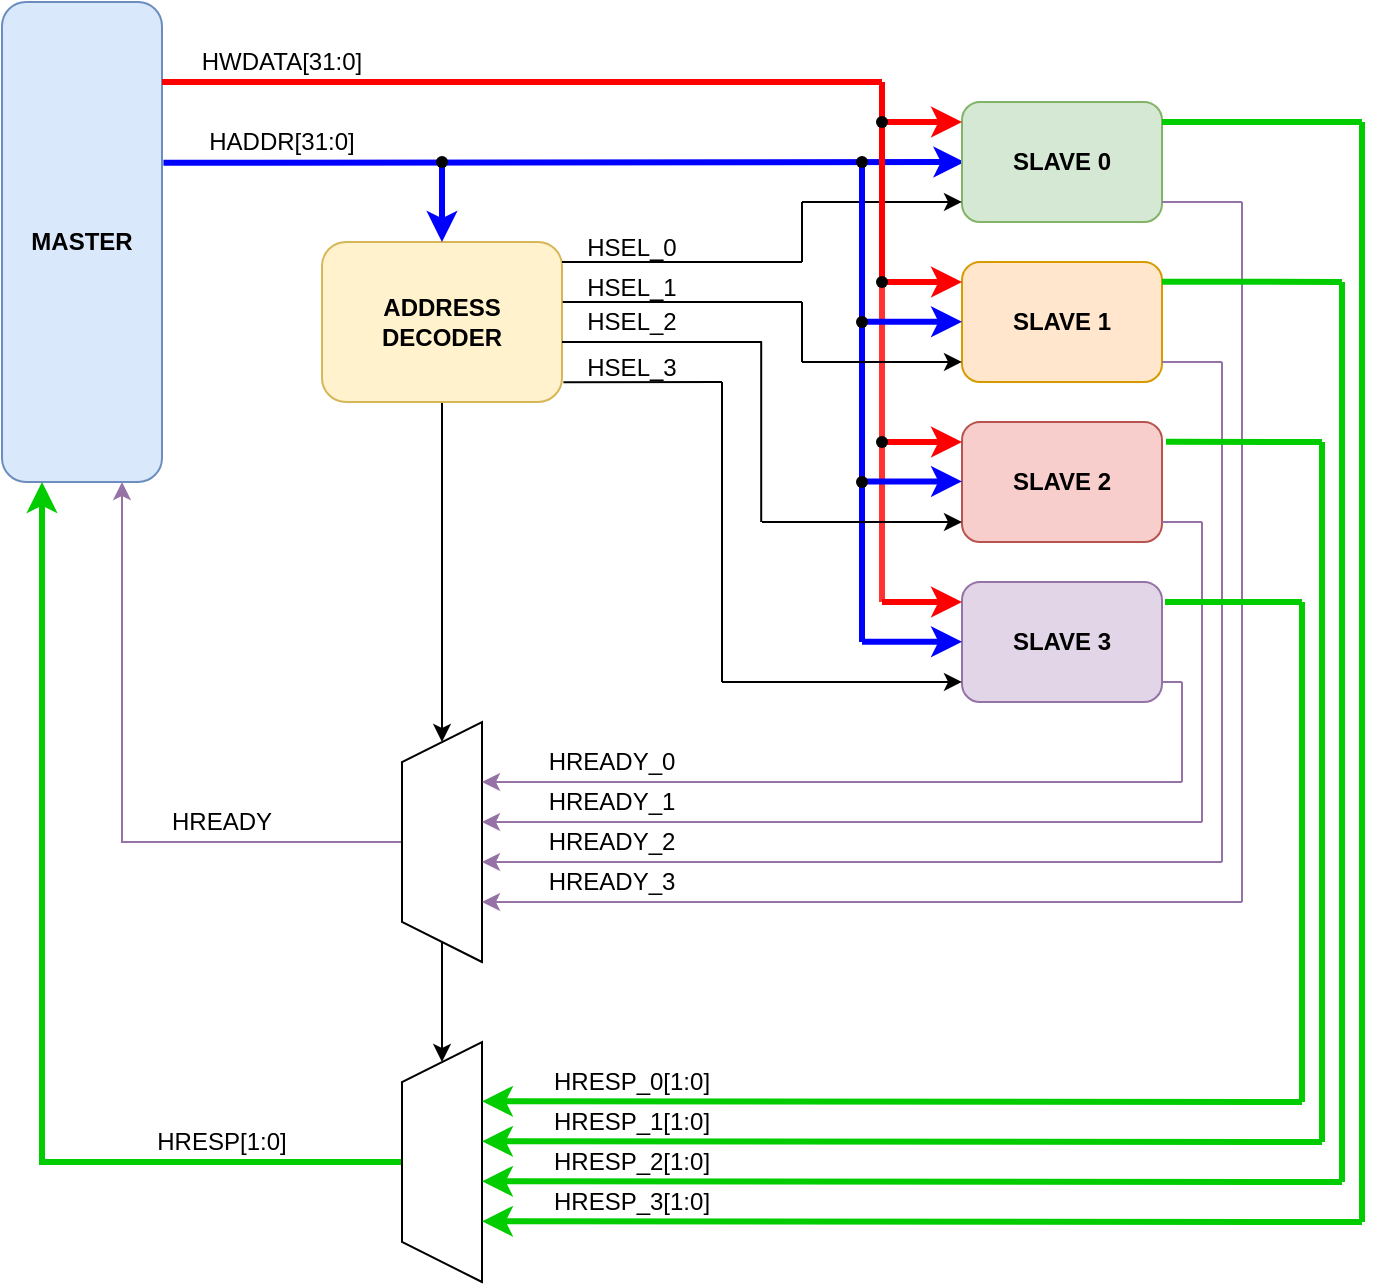
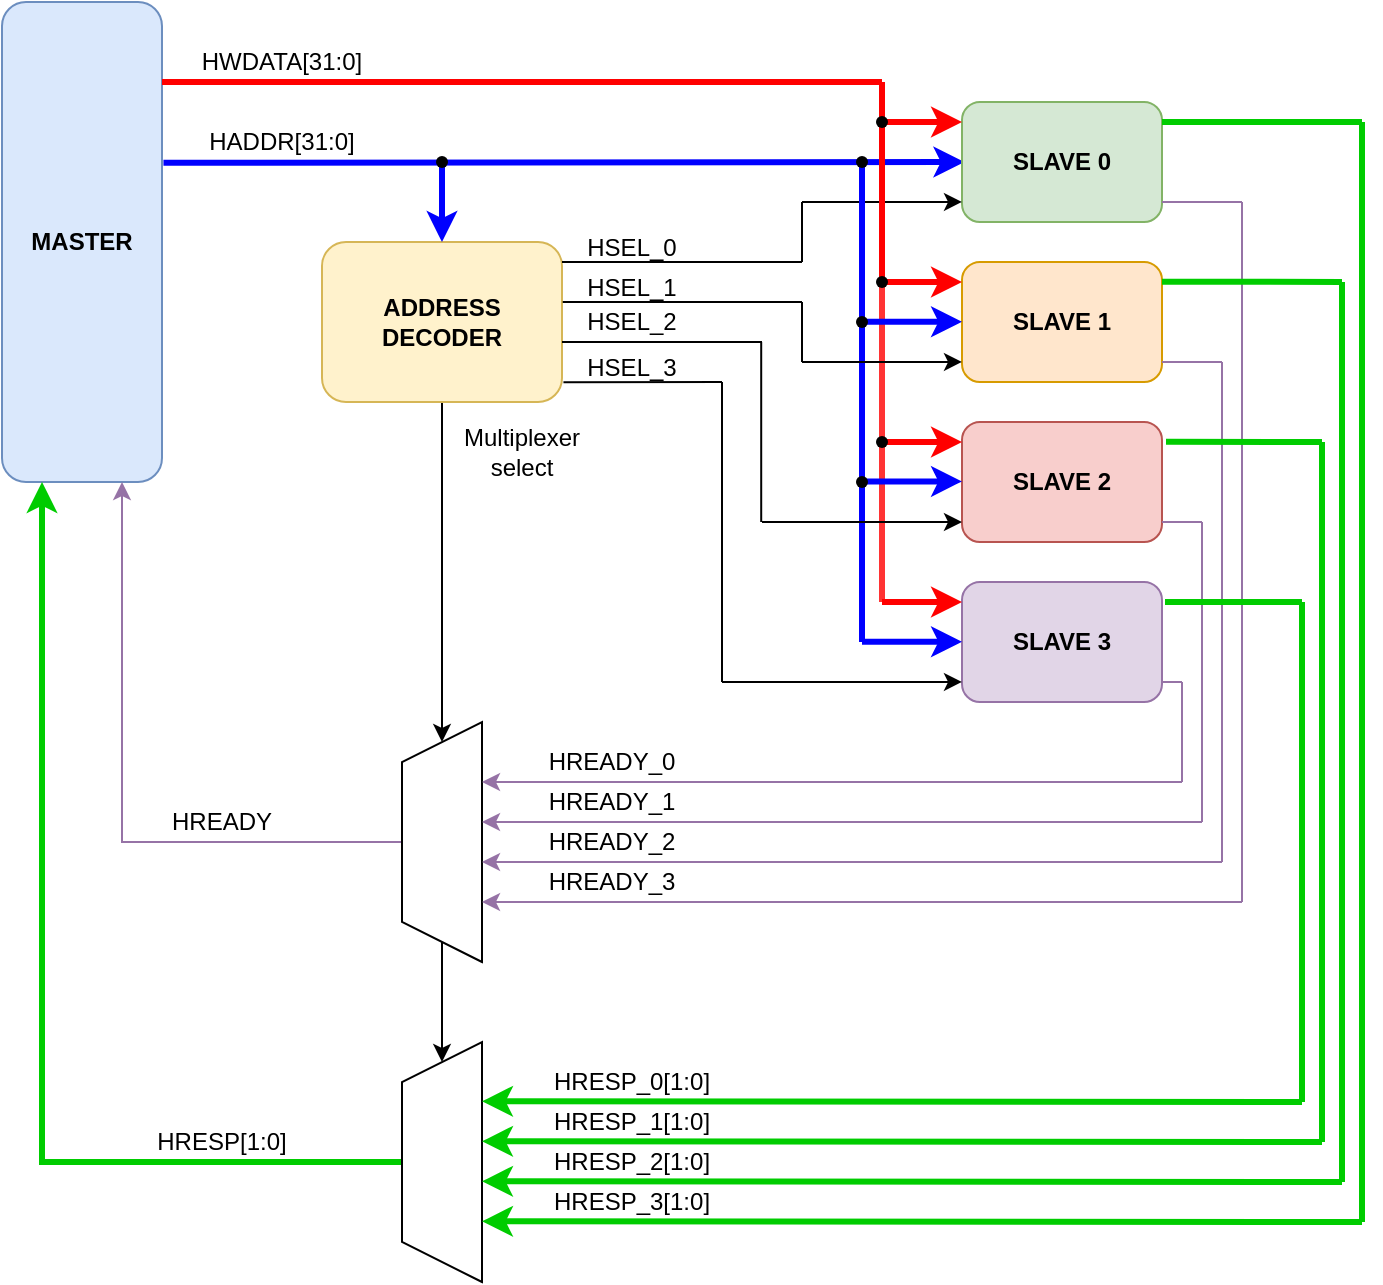
<mxfile host="app.diagrams.net" agent="Mozilla/5.0 (Windows NT 10.0; Win64; x64) AppleWebKit/537.36 (KHTML, like Gecko) Chrome/144.0.0.0 Safari/537.36 Edg/144.0.0.0" pages="4">
  <diagram id="00dOMP4ly3Yvcw6Omt_P" name="AHB Block Diagram">
    <mxGraphModel dx="364" dy="526" grid="1" gridSize="10" guides="1" tooltips="1" connect="1" arrows="1" fold="1" page="1" pageScale="1" pageWidth="850" pageHeight="1100" math="0" shadow="0">
      <root>
        <mxCell id="0" />
        <mxCell id="1" parent="0" />
        <mxCell id="WVtcaOnAu4kVJNJomXHp-1" parent="1" style="rounded=1;whiteSpace=wrap;html=1;fillColor=#dae8fc;strokeColor=#6c8ebf;" value="&lt;b&gt;MASTER&lt;/b&gt;" vertex="1">
          <mxGeometry height="240" width="80" x="80" y="160" as="geometry" />
        </mxCell>
        <mxCell id="WVtcaOnAu4kVJNJomXHp-55" edge="1" parent="1" source="WVtcaOnAu4kVJNJomXHp-3" style="edgeStyle=orthogonalEdgeStyle;rounded=0;orthogonalLoop=1;jettySize=auto;html=1;entryX=1;entryY=0.5;entryDx=0;entryDy=0;" target="WVtcaOnAu4kVJNJomXHp-53">
          <mxGeometry relative="1" as="geometry" />
        </mxCell>
        <mxCell id="WVtcaOnAu4kVJNJomXHp-3" parent="1" style="rounded=1;whiteSpace=wrap;html=1;fillColor=#fff2cc;strokeColor=#d6b656;" value="&lt;b&gt;ADDRESS DECODER&lt;/b&gt;" vertex="1">
          <mxGeometry height="80" width="120" x="240" y="280" as="geometry" />
        </mxCell>
        <mxCell id="WVtcaOnAu4kVJNJomXHp-4" edge="1" parent="1" source="WVtcaOnAu4kVJNJomXHp-1" style="endArrow=classic;html=1;rounded=0;exitX=1.009;exitY=0.335;exitDx=0;exitDy=0;exitPerimeter=0;strokeWidth=3;strokeColor=#0000FF;" value="">
          <mxGeometry height="50" relative="1" width="50" as="geometry">
            <mxPoint x="170" y="240" as="sourcePoint" />
            <mxPoint x="561.2" y="240" as="targetPoint" />
          </mxGeometry>
        </mxCell>
        <mxCell id="WVtcaOnAu4kVJNJomXHp-5" edge="1" parent="1" source="WVtcaOnAu4kVJNJomXHp-6" style="endArrow=classic;html=1;rounded=0;entryX=0.5;entryY=0;entryDx=0;entryDy=0;strokeWidth=3;strokeColor=#0000FF;" target="WVtcaOnAu4kVJNJomXHp-3" value="">
          <mxGeometry height="50" relative="1" width="50" as="geometry">
            <mxPoint x="340" y="240" as="sourcePoint" />
            <mxPoint x="390" y="190" as="targetPoint" />
          </mxGeometry>
        </mxCell>
        <mxCell id="WVtcaOnAu4kVJNJomXHp-6" parent="1" style="shape=waypoint;sketch=0;fillStyle=solid;size=6;pointerEvents=1;points=[];fillColor=none;resizable=0;rotatable=0;perimeter=centerPerimeter;snapToPoint=1;" value="" vertex="1">
          <mxGeometry height="20" width="20" x="290" y="230" as="geometry" />
        </mxCell>
        <mxCell id="WVtcaOnAu4kVJNJomXHp-7" parent="1" style="rounded=1;whiteSpace=wrap;html=1;fillColor=#d5e8d4;strokeColor=#82b366;fontStyle=1" value="SLAVE 0" vertex="1">
          <mxGeometry height="60" width="100" x="560" y="210" as="geometry" />
        </mxCell>
        <mxCell id="WVtcaOnAu4kVJNJomXHp-8" parent="1" style="rounded=1;whiteSpace=wrap;html=1;fillColor=#ffe6cc;strokeColor=#d79b00;fontStyle=1" value="SLAVE 1" vertex="1">
          <mxGeometry height="60" width="100" x="560" y="290" as="geometry" />
        </mxCell>
        <mxCell id="WVtcaOnAu4kVJNJomXHp-9" parent="1" style="rounded=1;whiteSpace=wrap;html=1;fillColor=#f8cecc;strokeColor=#b85450;fontStyle=1" value="SLAVE 2" vertex="1">
          <mxGeometry height="60" width="100" x="560" y="370" as="geometry" />
        </mxCell>
        <mxCell id="WVtcaOnAu4kVJNJomXHp-10" parent="1" style="rounded=1;whiteSpace=wrap;html=1;fillColor=#e1d5e7;strokeColor=#9673a6;fontStyle=1" value="SLAVE 3" vertex="1">
          <mxGeometry height="60" width="100" x="560" y="450" as="geometry" />
        </mxCell>
        <mxCell id="WVtcaOnAu4kVJNJomXHp-11" edge="1" parent="1" source="WVtcaOnAu4kVJNJomXHp-3" style="endArrow=none;html=1;rounded=0;exitX=1;exitY=0.125;exitDx=0;exitDy=0;exitPerimeter=0;" value="">
          <mxGeometry height="50" relative="1" width="50" as="geometry">
            <mxPoint x="410" y="290" as="sourcePoint" />
            <mxPoint x="480" y="290" as="targetPoint" />
          </mxGeometry>
        </mxCell>
        <mxCell id="WVtcaOnAu4kVJNJomXHp-12" edge="1" parent="1" style="endArrow=none;html=1;rounded=0;" value="">
          <mxGeometry height="50" relative="1" width="50" as="geometry">
            <mxPoint x="480" y="290" as="sourcePoint" />
            <mxPoint x="480" y="260" as="targetPoint" />
          </mxGeometry>
        </mxCell>
        <mxCell id="WVtcaOnAu4kVJNJomXHp-13" edge="1" parent="1" style="endArrow=classic;html=1;rounded=0;entryX=0;entryY=0.833;entryDx=0;entryDy=0;entryPerimeter=0;" target="WVtcaOnAu4kVJNJomXHp-7" value="">
          <mxGeometry height="50" relative="1" width="50" as="geometry">
            <mxPoint x="480" y="260" as="sourcePoint" />
            <mxPoint x="540" y="260" as="targetPoint" />
          </mxGeometry>
        </mxCell>
        <mxCell id="WVtcaOnAu4kVJNJomXHp-18" edge="1" parent="1" style="endArrow=none;html=1;rounded=0;strokeWidth=3;strokeColor=#FF0000;" value="">
          <mxGeometry height="50" relative="1" width="50" as="geometry">
            <mxPoint x="160" y="200" as="sourcePoint" />
            <mxPoint x="520" y="200" as="targetPoint" />
          </mxGeometry>
        </mxCell>
        <mxCell id="WVtcaOnAu4kVJNJomXHp-19" edge="1" parent="1" source="WVtcaOnAu4kVJNJomXHp-25" style="endArrow=none;html=1;rounded=0;strokeWidth=3;strokeColor=#FF0000;" value="">
          <mxGeometry height="50" relative="1" width="50" as="geometry">
            <mxPoint x="520" y="380" as="sourcePoint" />
            <mxPoint x="520" y="200" as="targetPoint" />
          </mxGeometry>
        </mxCell>
        <mxCell id="WVtcaOnAu4kVJNJomXHp-20" edge="1" parent="1" style="endArrow=classic;html=1;rounded=0;entryX=0;entryY=0.167;entryDx=0;entryDy=0;entryPerimeter=0;strokeWidth=3;strokeColor=#FF0000;" target="WVtcaOnAu4kVJNJomXHp-7" value="">
          <mxGeometry height="50" relative="1" width="50" as="geometry">
            <mxPoint x="520" y="220" as="sourcePoint" />
            <mxPoint x="570" y="170" as="targetPoint" />
          </mxGeometry>
        </mxCell>
        <mxCell id="WVtcaOnAu4kVJNJomXHp-22" edge="1" parent="1" style="endArrow=classic;html=1;rounded=0;entryX=0;entryY=0.167;entryDx=0;entryDy=0;entryPerimeter=0;strokeWidth=3;strokeColor=#FF0000;" value="">
          <mxGeometry height="50" relative="1" width="50" as="geometry">
            <mxPoint x="520" y="300" as="sourcePoint" />
            <mxPoint x="560" y="300" as="targetPoint" />
          </mxGeometry>
        </mxCell>
        <mxCell id="WVtcaOnAu4kVJNJomXHp-23" parent="1" style="shape=waypoint;sketch=0;fillStyle=solid;size=6;pointerEvents=1;points=[];fillColor=none;resizable=0;rotatable=0;perimeter=centerPerimeter;snapToPoint=1;" value="" vertex="1">
          <mxGeometry height="20" width="20" x="510" y="210" as="geometry" />
        </mxCell>
        <mxCell id="WVtcaOnAu4kVJNJomXHp-24" edge="1" parent="1" style="endArrow=classic;html=1;rounded=0;entryX=0;entryY=0.167;entryDx=0;entryDy=0;entryPerimeter=0;strokeWidth=3;strokeColor=#FF0000;" value="">
          <mxGeometry height="50" relative="1" width="50" as="geometry">
            <mxPoint x="520" y="380" as="sourcePoint" />
            <mxPoint x="560" y="380" as="targetPoint" />
          </mxGeometry>
        </mxCell>
        <mxCell id="WVtcaOnAu4kVJNJomXHp-26" edge="1" parent="1" style="endArrow=none;html=1;rounded=0;strokeWidth=3;strokeColor=#FF3333;" target="WVtcaOnAu4kVJNJomXHp-25" value="">
          <mxGeometry height="50" relative="1" width="50" as="geometry">
            <mxPoint x="520" y="460" as="sourcePoint" />
            <mxPoint x="520" y="200" as="targetPoint" />
          </mxGeometry>
        </mxCell>
        <mxCell id="WVtcaOnAu4kVJNJomXHp-25" parent="1" style="shape=waypoint;sketch=0;fillStyle=solid;size=6;pointerEvents=1;points=[];fillColor=none;resizable=0;rotatable=0;perimeter=centerPerimeter;snapToPoint=1;" value="" vertex="1">
          <mxGeometry height="20" width="20" x="510" y="290" as="geometry" />
        </mxCell>
        <mxCell id="WVtcaOnAu4kVJNJomXHp-27" edge="1" parent="1" style="endArrow=none;html=1;rounded=0;strokeWidth=3;strokeColor=#0000FF;" target="WVtcaOnAu4kVJNJomXHp-30" value="">
          <mxGeometry height="50" relative="1" width="50" as="geometry">
            <mxPoint x="510" y="480" as="sourcePoint" />
            <mxPoint x="510" y="240" as="targetPoint" />
          </mxGeometry>
        </mxCell>
        <mxCell id="WVtcaOnAu4kVJNJomXHp-28" edge="1" parent="1" style="endArrow=classic;html=1;rounded=0;entryX=0;entryY=0.167;entryDx=0;entryDy=0;entryPerimeter=0;strokeWidth=3;strokeColor=#0000FF;" value="">
          <mxGeometry height="50" relative="1" width="50" as="geometry">
            <mxPoint x="510" y="399.72" as="sourcePoint" />
            <mxPoint x="560" y="399.72" as="targetPoint" />
          </mxGeometry>
        </mxCell>
        <mxCell id="WVtcaOnAu4kVJNJomXHp-29" edge="1" parent="1" style="endArrow=classic;html=1;rounded=0;entryX=0;entryY=0.167;entryDx=0;entryDy=0;entryPerimeter=0;strokeWidth=3;strokeColor=#0000FF;" value="">
          <mxGeometry height="50" relative="1" width="50" as="geometry">
            <mxPoint x="510" y="319.86" as="sourcePoint" />
            <mxPoint x="560" y="319.86" as="targetPoint" />
          </mxGeometry>
        </mxCell>
        <mxCell id="WVtcaOnAu4kVJNJomXHp-30" parent="1" style="shape=waypoint;sketch=0;fillStyle=solid;size=6;pointerEvents=1;points=[];fillColor=none;resizable=0;rotatable=0;perimeter=centerPerimeter;snapToPoint=1;" value="" vertex="1">
          <mxGeometry height="20" width="20" x="500.0000000000001" y="230" as="geometry" />
        </mxCell>
        <mxCell id="WVtcaOnAu4kVJNJomXHp-31" parent="1" style="shape=waypoint;sketch=0;fillStyle=solid;size=6;pointerEvents=1;points=[];fillColor=none;resizable=0;rotatable=0;perimeter=centerPerimeter;snapToPoint=1;" value="" vertex="1">
          <mxGeometry height="20" width="20" x="500" y="310" as="geometry" />
        </mxCell>
        <mxCell id="WVtcaOnAu4kVJNJomXHp-32" edge="1" parent="1" style="endArrow=classic;html=1;rounded=0;entryX=0;entryY=0.167;entryDx=0;entryDy=0;entryPerimeter=0;strokeWidth=3;strokeColor=#FF0000;" value="">
          <mxGeometry height="50" relative="1" width="50" as="geometry">
            <mxPoint x="520" y="460" as="sourcePoint" />
            <mxPoint x="560" y="460" as="targetPoint" />
          </mxGeometry>
        </mxCell>
        <mxCell id="WVtcaOnAu4kVJNJomXHp-33" edge="1" parent="1" style="endArrow=classic;html=1;rounded=0;entryX=0;entryY=0.167;entryDx=0;entryDy=0;entryPerimeter=0;strokeWidth=3;strokeColor=#0000FF;" value="">
          <mxGeometry height="50" relative="1" width="50" as="geometry">
            <mxPoint x="510" y="479.88" as="sourcePoint" />
            <mxPoint x="560" y="479.88" as="targetPoint" />
          </mxGeometry>
        </mxCell>
        <mxCell id="WVtcaOnAu4kVJNJomXHp-34" parent="1" style="shape=waypoint;sketch=0;fillStyle=solid;size=6;pointerEvents=1;points=[];fillColor=none;resizable=0;rotatable=0;perimeter=centerPerimeter;snapToPoint=1;" value="" vertex="1">
          <mxGeometry height="20" width="20" x="510" y="370" as="geometry" />
        </mxCell>
        <mxCell id="WVtcaOnAu4kVJNJomXHp-35" parent="1" style="shape=waypoint;sketch=0;fillStyle=solid;size=6;pointerEvents=1;points=[];fillColor=none;resizable=0;rotatable=0;perimeter=centerPerimeter;snapToPoint=1;" value="" vertex="1">
          <mxGeometry height="20" width="20" x="500" y="390" as="geometry" />
        </mxCell>
        <mxCell id="WVtcaOnAu4kVJNJomXHp-38" edge="1" parent="1" source="WVtcaOnAu4kVJNJomXHp-3" style="endArrow=none;html=1;rounded=0;exitX=1.003;exitY=0.375;exitDx=0;exitDy=0;exitPerimeter=0;" value="">
          <mxGeometry height="50" relative="1" width="50" as="geometry">
            <mxPoint x="400" y="310" as="sourcePoint" />
            <mxPoint x="480" y="310" as="targetPoint" />
          </mxGeometry>
        </mxCell>
        <mxCell id="WVtcaOnAu4kVJNJomXHp-39" edge="1" parent="1" source="WVtcaOnAu4kVJNJomXHp-3" style="endArrow=none;html=1;rounded=0;exitX=1;exitY=0.625;exitDx=0;exitDy=0;exitPerimeter=0;" value="">
          <mxGeometry height="50" relative="1" width="50" as="geometry">
            <mxPoint x="400" y="330" as="sourcePoint" />
            <mxPoint x="460" y="330" as="targetPoint" />
          </mxGeometry>
        </mxCell>
        <mxCell id="WVtcaOnAu4kVJNJomXHp-40" edge="1" parent="1" source="WVtcaOnAu4kVJNJomXHp-3" style="endArrow=none;html=1;rounded=0;exitX=1.006;exitY=0.877;exitDx=0;exitDy=0;exitPerimeter=0;" value="">
          <mxGeometry height="50" relative="1" width="50" as="geometry">
            <mxPoint x="400" y="350" as="sourcePoint" />
            <mxPoint x="440" y="350" as="targetPoint" />
          </mxGeometry>
        </mxCell>
        <mxCell id="WVtcaOnAu4kVJNJomXHp-41" edge="1" parent="1" style="endArrow=none;html=1;rounded=0;" value="">
          <mxGeometry height="50" relative="1" width="50" as="geometry">
            <mxPoint x="440" y="500" as="sourcePoint" />
            <mxPoint x="440" y="350" as="targetPoint" />
          </mxGeometry>
        </mxCell>
        <mxCell id="WVtcaOnAu4kVJNJomXHp-42" edge="1" parent="1" style="endArrow=classic;html=1;rounded=0;entryX=0;entryY=0.833;entryDx=0;entryDy=0;entryPerimeter=0;" target="WVtcaOnAu4kVJNJomXHp-10" value="">
          <mxGeometry height="50" relative="1" width="50" as="geometry">
            <mxPoint x="440" y="499.98" as="sourcePoint" />
            <mxPoint x="470" y="450" as="targetPoint" />
          </mxGeometry>
        </mxCell>
        <mxCell id="WVtcaOnAu4kVJNJomXHp-43" edge="1" parent="1" style="endArrow=none;html=1;rounded=0;" value="">
          <mxGeometry height="50" relative="1" width="50" as="geometry">
            <mxPoint x="459.6" y="420" as="sourcePoint" />
            <mxPoint x="459.6" y="330" as="targetPoint" />
          </mxGeometry>
        </mxCell>
        <mxCell id="WVtcaOnAu4kVJNJomXHp-44" edge="1" parent="1" style="endArrow=classic;html=1;rounded=0;entryX=0;entryY=0.833;entryDx=0;entryDy=0;entryPerimeter=0;" value="">
          <mxGeometry height="50" relative="1" width="50" as="geometry">
            <mxPoint x="460" y="420" as="sourcePoint" />
            <mxPoint x="560" y="420" as="targetPoint" />
          </mxGeometry>
        </mxCell>
        <mxCell id="WVtcaOnAu4kVJNJomXHp-45" edge="1" parent="1" style="endArrow=none;html=1;rounded=0;" value="">
          <mxGeometry height="50" relative="1" width="50" as="geometry">
            <mxPoint x="480" y="340" as="sourcePoint" />
            <mxPoint x="480" y="310" as="targetPoint" />
          </mxGeometry>
        </mxCell>
        <mxCell id="WVtcaOnAu4kVJNJomXHp-46" edge="1" parent="1" style="endArrow=classic;html=1;rounded=0;entryX=0;entryY=0.833;entryDx=0;entryDy=0;entryPerimeter=0;" target="WVtcaOnAu4kVJNJomXHp-8" value="">
          <mxGeometry height="50" relative="1" width="50" as="geometry">
            <mxPoint x="480" y="340" as="sourcePoint" />
            <mxPoint x="550" y="340" as="targetPoint" />
          </mxGeometry>
        </mxCell>
        <mxCell id="WVtcaOnAu4kVJNJomXHp-47" parent="1" style="text;html=1;whiteSpace=wrap;strokeColor=none;fillColor=none;align=center;verticalAlign=middle;rounded=0;" value="HSEL_0" vertex="1">
          <mxGeometry height="15" width="60" x="365" y="275" as="geometry" />
        </mxCell>
        <mxCell id="WVtcaOnAu4kVJNJomXHp-48" parent="1" style="text;html=1;whiteSpace=wrap;strokeColor=none;fillColor=none;align=center;verticalAlign=middle;rounded=0;" value="HSEL_1" vertex="1">
          <mxGeometry height="15" width="60" x="365" y="295" as="geometry" />
        </mxCell>
        <mxCell id="WVtcaOnAu4kVJNJomXHp-49" parent="1" style="text;html=1;whiteSpace=wrap;strokeColor=none;fillColor=none;align=center;verticalAlign=middle;rounded=0;" value="HSEL_2" vertex="1">
          <mxGeometry height="7.5" width="60" x="365" y="316.25" as="geometry" />
        </mxCell>
        <mxCell id="WVtcaOnAu4kVJNJomXHp-50" parent="1" style="text;html=1;whiteSpace=wrap;strokeColor=none;fillColor=none;align=center;verticalAlign=middle;rounded=0;" value="HSEL_3" vertex="1">
          <mxGeometry height="15" width="60" x="365" y="335" as="geometry" />
        </mxCell>
        <mxCell id="WVtcaOnAu4kVJNJomXHp-51" parent="1" style="text;html=1;whiteSpace=wrap;strokeColor=none;fillColor=none;align=center;verticalAlign=middle;rounded=0;" value="HWDATA[31:0]" vertex="1">
          <mxGeometry height="20" width="80" x="180" y="180" as="geometry" />
        </mxCell>
        <mxCell id="WVtcaOnAu4kVJNJomXHp-52" parent="1" style="text;html=1;whiteSpace=wrap;strokeColor=none;fillColor=none;align=center;verticalAlign=middle;rounded=0;" value="HADDR[31:0]" vertex="1">
          <mxGeometry height="20" width="80" x="180" y="220" as="geometry" />
        </mxCell>
        <mxCell id="WVtcaOnAu4kVJNJomXHp-84" edge="1" parent="1" source="WVtcaOnAu4kVJNJomXHp-53" style="edgeStyle=orthogonalEdgeStyle;rounded=0;orthogonalLoop=1;jettySize=auto;html=1;entryX=0.75;entryY=1;entryDx=0;entryDy=0;fillColor=#e1d5e7;strokeColor=#9673a6;" target="WVtcaOnAu4kVJNJomXHp-1">
          <mxGeometry relative="1" as="geometry" />
        </mxCell>
        <mxCell id="WVtcaOnAu4kVJNJomXHp-53" parent="1" style="shape=trapezoid;perimeter=trapezoidPerimeter;whiteSpace=wrap;html=1;fixedSize=1;rotation=-90;" value="" vertex="1">
          <mxGeometry height="40" width="120" x="240" y="560" as="geometry" />
        </mxCell>
        <mxCell id="WVtcaOnAu4kVJNJomXHp-85" edge="1" parent="1" source="WVtcaOnAu4kVJNJomXHp-54" style="edgeStyle=orthogonalEdgeStyle;rounded=0;orthogonalLoop=1;jettySize=auto;html=1;entryX=0.25;entryY=1;entryDx=0;entryDy=0;fillColor=#d5e8d4;strokeColor=#00CC00;strokeWidth=3;" target="WVtcaOnAu4kVJNJomXHp-1">
          <mxGeometry relative="1" as="geometry" />
        </mxCell>
        <mxCell id="WVtcaOnAu4kVJNJomXHp-54" parent="1" style="shape=trapezoid;perimeter=trapezoidPerimeter;whiteSpace=wrap;html=1;fixedSize=1;rotation=-90;" value="" vertex="1">
          <mxGeometry height="40" width="120" x="240" y="720" as="geometry" />
        </mxCell>
        <mxCell id="WVtcaOnAu4kVJNJomXHp-56" edge="1" parent="1" source="WVtcaOnAu4kVJNJomXHp-53" style="endArrow=classic;html=1;rounded=0;exitX=0;exitY=0.5;exitDx=0;exitDy=0;entryX=1;entryY=0.5;entryDx=0;entryDy=0;" target="WVtcaOnAu4kVJNJomXHp-54" value="">
          <mxGeometry height="50" relative="1" width="50" as="geometry">
            <mxPoint x="360" y="680" as="sourcePoint" />
            <mxPoint x="410" y="630" as="targetPoint" />
          </mxGeometry>
        </mxCell>
        <mxCell id="WVtcaOnAu4kVJNJomXHp-58" edge="1" parent="1" style="endArrow=classic;html=1;rounded=0;fillColor=#e1d5e7;strokeColor=#9673a6;" value="">
          <mxGeometry height="50" relative="1" width="50" as="geometry">
            <mxPoint x="670" y="550" as="sourcePoint" />
            <mxPoint x="320" y="550" as="targetPoint" />
          </mxGeometry>
        </mxCell>
        <mxCell id="WVtcaOnAu4kVJNJomXHp-59" edge="1" parent="1" style="endArrow=classic;html=1;rounded=0;fillColor=#e1d5e7;strokeColor=#9673a6;" value="">
          <mxGeometry height="50" relative="1" width="50" as="geometry">
            <mxPoint x="680" y="570" as="sourcePoint" />
            <mxPoint x="320" y="570" as="targetPoint" />
          </mxGeometry>
        </mxCell>
        <mxCell id="WVtcaOnAu4kVJNJomXHp-60" edge="1" parent="1" style="endArrow=classic;html=1;rounded=0;fillColor=#e1d5e7;strokeColor=#9673a6;" value="">
          <mxGeometry height="50" relative="1" width="50" as="geometry">
            <mxPoint x="690" y="590" as="sourcePoint" />
            <mxPoint x="320" y="590" as="targetPoint" />
          </mxGeometry>
        </mxCell>
        <mxCell id="WVtcaOnAu4kVJNJomXHp-61" edge="1" parent="1" style="endArrow=classic;html=1;rounded=0;fillColor=#e1d5e7;strokeColor=#9673a6;" value="">
          <mxGeometry height="50" relative="1" width="50" as="geometry">
            <mxPoint x="700" y="610" as="sourcePoint" />
            <mxPoint x="320" y="610" as="targetPoint" />
          </mxGeometry>
        </mxCell>
        <mxCell id="WVtcaOnAu4kVJNJomXHp-62" edge="1" parent="1" style="endArrow=none;html=1;rounded=0;fillColor=#e1d5e7;strokeColor=#9673a6;" value="">
          <mxGeometry height="50" relative="1" width="50" as="geometry">
            <mxPoint x="670" y="550" as="sourcePoint" />
            <mxPoint x="670" y="500" as="targetPoint" />
          </mxGeometry>
        </mxCell>
        <mxCell id="WVtcaOnAu4kVJNJomXHp-63" edge="1" parent="1" style="endArrow=none;html=1;rounded=0;fillColor=#e1d5e7;strokeColor=#9673a6;" value="">
          <mxGeometry height="50" relative="1" width="50" as="geometry">
            <mxPoint x="660" y="500" as="sourcePoint" />
            <mxPoint x="670" y="500" as="targetPoint" />
          </mxGeometry>
        </mxCell>
        <mxCell id="WVtcaOnAu4kVJNJomXHp-64" edge="1" parent="1" style="endArrow=none;html=1;rounded=0;fillColor=#e1d5e7;strokeColor=#9673a6;" value="">
          <mxGeometry height="50" relative="1" width="50" as="geometry">
            <mxPoint x="680" y="570" as="sourcePoint" />
            <mxPoint x="680" y="420" as="targetPoint" />
          </mxGeometry>
        </mxCell>
        <mxCell id="WVtcaOnAu4kVJNJomXHp-65" edge="1" parent="1" style="endArrow=none;html=1;rounded=0;fillColor=#e1d5e7;strokeColor=#9673a6;" value="">
          <mxGeometry height="50" relative="1" width="50" as="geometry">
            <mxPoint x="660" y="420" as="sourcePoint" />
            <mxPoint x="680" y="420" as="targetPoint" />
          </mxGeometry>
        </mxCell>
        <mxCell id="WVtcaOnAu4kVJNJomXHp-66" edge="1" parent="1" style="endArrow=none;html=1;rounded=0;fillColor=#e1d5e7;strokeColor=#9673a6;" value="">
          <mxGeometry height="50" relative="1" width="50" as="geometry">
            <mxPoint x="690" y="590" as="sourcePoint" />
            <mxPoint x="690" y="340" as="targetPoint" />
          </mxGeometry>
        </mxCell>
        <mxCell id="WVtcaOnAu4kVJNJomXHp-67" edge="1" parent="1" style="endArrow=none;html=1;rounded=0;fillColor=#e1d5e7;strokeColor=#9673a6;" value="">
          <mxGeometry height="50" relative="1" width="50" as="geometry">
            <mxPoint x="660" y="340" as="sourcePoint" />
            <mxPoint x="690" y="340" as="targetPoint" />
          </mxGeometry>
        </mxCell>
        <mxCell id="WVtcaOnAu4kVJNJomXHp-69" edge="1" parent="1" style="endArrow=none;html=1;rounded=0;fillColor=#e1d5e7;strokeColor=#9673a6;" value="">
          <mxGeometry height="50" relative="1" width="50" as="geometry">
            <mxPoint x="700" y="610" as="sourcePoint" />
            <mxPoint x="700" y="260" as="targetPoint" />
          </mxGeometry>
        </mxCell>
        <mxCell id="WVtcaOnAu4kVJNJomXHp-71" edge="1" parent="1" style="endArrow=none;html=1;rounded=0;fillColor=#e1d5e7;strokeColor=#9673a6;" value="">
          <mxGeometry height="50" relative="1" width="50" as="geometry">
            <mxPoint x="660" y="260" as="sourcePoint" />
            <mxPoint x="700" y="260" as="targetPoint" />
          </mxGeometry>
        </mxCell>
        <mxCell id="WVtcaOnAu4kVJNJomXHp-72" edge="1" parent="1" style="endArrow=classic;html=1;rounded=0;strokeColor=#00CC00;strokeWidth=3;" value="">
          <mxGeometry height="50" relative="1" width="50" as="geometry">
            <mxPoint x="730" y="710" as="sourcePoint" />
            <mxPoint x="320" y="709.66" as="targetPoint" />
          </mxGeometry>
        </mxCell>
        <mxCell id="WVtcaOnAu4kVJNJomXHp-73" edge="1" parent="1" style="endArrow=classic;html=1;rounded=0;strokeColor=#00CC00;strokeWidth=3;" value="">
          <mxGeometry height="50" relative="1" width="50" as="geometry">
            <mxPoint x="740" y="730" as="sourcePoint" />
            <mxPoint x="320" y="729.66" as="targetPoint" />
          </mxGeometry>
        </mxCell>
        <mxCell id="WVtcaOnAu4kVJNJomXHp-74" edge="1" parent="1" style="endArrow=classic;html=1;rounded=0;strokeColor=#00CC00;strokeWidth=3;" value="">
          <mxGeometry height="50" relative="1" width="50" as="geometry">
            <mxPoint x="750" y="750" as="sourcePoint" />
            <mxPoint x="320" y="749.66" as="targetPoint" />
          </mxGeometry>
        </mxCell>
        <mxCell id="WVtcaOnAu4kVJNJomXHp-75" edge="1" parent="1" style="endArrow=classic;html=1;rounded=0;strokeColor=#00CC00;strokeWidth=3;" value="">
          <mxGeometry height="50" relative="1" width="50" as="geometry">
            <mxPoint x="760" y="770" as="sourcePoint" />
            <mxPoint x="320" y="769.66" as="targetPoint" />
          </mxGeometry>
        </mxCell>
        <mxCell id="WVtcaOnAu4kVJNJomXHp-76" edge="1" parent="1" style="endArrow=none;html=1;rounded=0;strokeColor=#00CC00;strokeWidth=3;" value="">
          <mxGeometry height="50" relative="1" width="50" as="geometry">
            <mxPoint x="730" y="710" as="sourcePoint" />
            <mxPoint x="730" y="460" as="targetPoint" />
          </mxGeometry>
        </mxCell>
        <mxCell id="WVtcaOnAu4kVJNJomXHp-77" edge="1" parent="1" style="endArrow=none;html=1;rounded=0;strokeColor=#00CC00;strokeWidth=3;" value="">
          <mxGeometry height="50" relative="1" width="50" as="geometry">
            <mxPoint x="740" y="730" as="sourcePoint" />
            <mxPoint x="740" y="380" as="targetPoint" />
          </mxGeometry>
        </mxCell>
        <mxCell id="WVtcaOnAu4kVJNJomXHp-78" edge="1" parent="1" style="endArrow=none;html=1;rounded=0;strokeColor=#00CC00;strokeWidth=3;" value="">
          <mxGeometry height="50" relative="1" width="50" as="geometry">
            <mxPoint x="750" y="750" as="sourcePoint" />
            <mxPoint x="750" y="300" as="targetPoint" />
          </mxGeometry>
        </mxCell>
        <mxCell id="WVtcaOnAu4kVJNJomXHp-79" edge="1" parent="1" style="endArrow=none;html=1;rounded=0;strokeColor=#00CC00;strokeWidth=3;" value="">
          <mxGeometry height="50" relative="1" width="50" as="geometry">
            <mxPoint x="760" y="770" as="sourcePoint" />
            <mxPoint x="760" y="220" as="targetPoint" />
          </mxGeometry>
        </mxCell>
        <mxCell id="WVtcaOnAu4kVJNJomXHp-80" edge="1" parent="1" source="WVtcaOnAu4kVJNJomXHp-10" style="endArrow=none;html=1;rounded=0;exitX=1.015;exitY=0.166;exitDx=0;exitDy=0;exitPerimeter=0;strokeColor=#00CC00;strokeWidth=3;" value="">
          <mxGeometry height="50" relative="1" width="50" as="geometry">
            <mxPoint x="680" y="510" as="sourcePoint" />
            <mxPoint x="730" y="460" as="targetPoint" />
          </mxGeometry>
        </mxCell>
        <mxCell id="WVtcaOnAu4kVJNJomXHp-81" edge="1" parent="1" style="endArrow=none;html=1;rounded=0;exitX=1.015;exitY=0.166;exitDx=0;exitDy=0;exitPerimeter=0;strokeColor=#00CC00;strokeWidth=3;" value="">
          <mxGeometry height="50" relative="1" width="50" as="geometry">
            <mxPoint x="662" y="379.87" as="sourcePoint" />
            <mxPoint x="740" y="380" as="targetPoint" />
          </mxGeometry>
        </mxCell>
        <mxCell id="WVtcaOnAu4kVJNJomXHp-82" edge="1" parent="1" style="endArrow=none;html=1;rounded=0;exitX=1.015;exitY=0.166;exitDx=0;exitDy=0;exitPerimeter=0;strokeColor=#00CC00;strokeWidth=3;" value="">
          <mxGeometry height="50" relative="1" width="50" as="geometry">
            <mxPoint x="660" y="299.83" as="sourcePoint" />
            <mxPoint x="750" y="300" as="targetPoint" />
          </mxGeometry>
        </mxCell>
        <mxCell id="WVtcaOnAu4kVJNJomXHp-83" edge="1" parent="1" style="endArrow=none;html=1;rounded=0;exitX=1.015;exitY=0.166;exitDx=0;exitDy=0;exitPerimeter=0;strokeColor=#00CC00;strokeWidth=3;" value="">
          <mxGeometry height="50" relative="1" width="50" as="geometry">
            <mxPoint x="660" y="220" as="sourcePoint" />
            <mxPoint x="760" y="220" as="targetPoint" />
          </mxGeometry>
        </mxCell>
        <mxCell id="WVtcaOnAu4kVJNJomXHp-86" parent="1" style="text;html=1;whiteSpace=wrap;strokeColor=none;fillColor=none;align=center;verticalAlign=middle;rounded=0;" value="HREADY_0" vertex="1">
          <mxGeometry height="20" width="80" x="345" y="530" as="geometry" />
        </mxCell>
        <mxCell id="WVtcaOnAu4kVJNJomXHp-87" parent="1" style="text;html=1;whiteSpace=wrap;strokeColor=none;fillColor=none;align=center;verticalAlign=middle;rounded=0;" value="HREADY_1" vertex="1">
          <mxGeometry height="20" width="80" x="345" y="550" as="geometry" />
        </mxCell>
        <mxCell id="WVtcaOnAu4kVJNJomXHp-88" parent="1" style="text;html=1;whiteSpace=wrap;strokeColor=none;fillColor=none;align=center;verticalAlign=middle;rounded=0;" value="HREADY_2" vertex="1">
          <mxGeometry height="20" width="80" x="345" y="570" as="geometry" />
        </mxCell>
        <mxCell id="WVtcaOnAu4kVJNJomXHp-92" parent="1" style="text;html=1;whiteSpace=wrap;strokeColor=none;fillColor=none;align=center;verticalAlign=middle;rounded=0;" value="HREADY_3" vertex="1">
          <mxGeometry height="20" width="80" x="345" y="590" as="geometry" />
        </mxCell>
        <mxCell id="WVtcaOnAu4kVJNJomXHp-93" parent="1" style="text;html=1;whiteSpace=wrap;strokeColor=none;fillColor=none;align=center;verticalAlign=middle;rounded=0;" value="HRESP_0[1:0]" vertex="1">
          <mxGeometry height="20" width="80" x="355" y="690" as="geometry" />
        </mxCell>
        <mxCell id="WVtcaOnAu4kVJNJomXHp-94" parent="1" style="text;html=1;whiteSpace=wrap;strokeColor=none;fillColor=none;align=center;verticalAlign=middle;rounded=0;" value="HRESP_1[1:0]" vertex="1">
          <mxGeometry height="20" width="80" x="355" y="710" as="geometry" />
        </mxCell>
        <mxCell id="WVtcaOnAu4kVJNJomXHp-95" parent="1" style="text;html=1;whiteSpace=wrap;strokeColor=none;fillColor=none;align=center;verticalAlign=middle;rounded=0;" value="HRESP_2[1:0]" vertex="1">
          <mxGeometry height="20" width="80" x="355" y="730" as="geometry" />
        </mxCell>
        <mxCell id="WVtcaOnAu4kVJNJomXHp-96" parent="1" style="text;html=1;whiteSpace=wrap;strokeColor=none;fillColor=none;align=center;verticalAlign=middle;rounded=0;" value="HRESP_3[1:0]" vertex="1">
          <mxGeometry height="20" width="80" x="355" y="750" as="geometry" />
        </mxCell>
        <mxCell id="WVtcaOnAu4kVJNJomXHp-97" parent="1" style="text;html=1;whiteSpace=wrap;strokeColor=none;fillColor=none;align=center;verticalAlign=middle;rounded=0;" value="HRESP[1:0]" vertex="1">
          <mxGeometry height="20" width="80" x="150" y="720" as="geometry" />
        </mxCell>
        <mxCell id="WVtcaOnAu4kVJNJomXHp-98" parent="1" style="text;html=1;whiteSpace=wrap;strokeColor=none;fillColor=none;align=center;verticalAlign=middle;rounded=0;" value="HREADY" vertex="1">
          <mxGeometry height="20" width="80" x="150" y="560" as="geometry" />
+         </mxCell>
+         <mxCell id="WVtcaOnAu4kVJNJomXHp-99" parent="1" style="text;html=1;whiteSpace=wrap;strokeColor=none;fillColor=none;align=center;verticalAlign=middle;rounded=0;" value="Multiplexer select" vertex="1">
+           <mxGeometry height="30" width="80" x="300" y="370" as="geometry" />
        </mxCell>
      </root>
    </mxGraphModel>
  </diagram>
  <diagram name="AHB Interface" id="AxdGKtdG9Rmgfqjtrl1U">
    <mxGraphModel dx="2046" dy="1106" grid="1" gridSize="10" guides="1" tooltips="1" connect="1" arrows="1" fold="1" page="1" pageScale="1" pageWidth="850" pageHeight="1100" math="0" shadow="0">
      <root>
        <mxCell id="0" />
        <mxCell id="1" parent="0" />
        <mxCell id="BZ9neWvH9tw47nREzwFn-1" parent="1" style="rounded=0;whiteSpace=wrap;html=1;" value="&lt;font style=&quot;font-size: 16px;&quot;&gt;&lt;b&gt;Manager&lt;/b&gt;&lt;/font&gt;" vertex="1">
          <mxGeometry height="200" width="120" x="400" y="80" as="geometry" />
        </mxCell>
        <mxCell id="BZ9neWvH9tw47nREzwFn-2" edge="1" parent="1" style="endArrow=classic;html=1;rounded=0;" value="">
          <mxGeometry height="50" relative="1" width="50" as="geometry">
            <mxPoint x="360" y="100" as="sourcePoint" />
            <mxPoint x="400" y="100" as="targetPoint" />
          </mxGeometry>
        </mxCell>
        <mxCell id="BZ9neWvH9tw47nREzwFn-3" edge="1" parent="1" style="endArrow=classic;html=1;rounded=0;" value="">
          <mxGeometry height="50" relative="1" width="50" as="geometry">
            <mxPoint x="360" y="120" as="sourcePoint" />
            <mxPoint x="400" y="120" as="targetPoint" />
          </mxGeometry>
        </mxCell>
        <mxCell id="BZ9neWvH9tw47nREzwFn-4" parent="1" style="text;html=1;whiteSpace=wrap;strokeColor=none;fillColor=none;align=center;verticalAlign=middle;rounded=0;fontStyle=1" value="HCLK" vertex="1">
          <mxGeometry height="20" width="40" x="320" y="90" as="geometry" />
        </mxCell>
        <mxCell id="BZ9neWvH9tw47nREzwFn-5" parent="1" style="text;html=1;whiteSpace=wrap;strokeColor=none;fillColor=none;align=center;verticalAlign=middle;rounded=0;fontStyle=1" value="HRESETn" vertex="1">
          <mxGeometry height="20" width="60" x="300" y="110" as="geometry" />
        </mxCell>
        <mxCell id="BZ9neWvH9tw47nREzwFn-6" parent="1" style="text;html=1;whiteSpace=wrap;strokeColor=none;fillColor=none;align=center;verticalAlign=middle;rounded=0;fontStyle=1" value="HREADY" vertex="1">
          <mxGeometry height="20" width="60" x="300" y="150" as="geometry" />
        </mxCell>
        <mxCell id="BZ9neWvH9tw47nREzwFn-7" edge="1" parent="1" style="endArrow=classic;html=1;rounded=0;" value="">
          <mxGeometry height="50" relative="1" width="50" as="geometry">
            <mxPoint x="360" y="160" as="sourcePoint" />
            <mxPoint x="400" y="160" as="targetPoint" />
          </mxGeometry>
        </mxCell>
        <mxCell id="BZ9neWvH9tw47nREzwFn-8" edge="1" parent="1" style="endArrow=classic;html=1;rounded=0;" value="">
          <mxGeometry height="50" relative="1" width="50" as="geometry">
            <mxPoint x="360" y="180" as="sourcePoint" />
            <mxPoint x="400" y="180" as="targetPoint" />
          </mxGeometry>
        </mxCell>
        <mxCell id="BZ9neWvH9tw47nREzwFn-9" parent="1" style="text;html=1;whiteSpace=wrap;strokeColor=none;fillColor=none;align=center;verticalAlign=middle;rounded=0;fontStyle=1" value="HSELx" vertex="1">
          <mxGeometry height="20" width="60" x="310" y="430" as="geometry" />
        </mxCell>
        <mxCell id="BZ9neWvH9tw47nREzwFn-10" edge="1" parent="1" style="endArrow=classic;html=1;rounded=0;" value="">
          <mxGeometry height="50" relative="1" width="50" as="geometry">
            <mxPoint x="360" y="260" as="sourcePoint" />
            <mxPoint x="400" y="260" as="targetPoint" />
          </mxGeometry>
        </mxCell>
        <mxCell id="BZ9neWvH9tw47nREzwFn-11" parent="1" style="text;html=1;whiteSpace=wrap;strokeColor=none;fillColor=none;align=center;verticalAlign=middle;rounded=0;fontStyle=1" value="HRDATA[31:0]" vertex="1">
          <mxGeometry height="20" width="90" x="270" y="250" as="geometry" />
        </mxCell>
        <mxCell id="BZ9neWvH9tw47nREzwFn-12" edge="1" parent="1" style="endArrow=classic;html=1;rounded=0;" value="">
          <mxGeometry height="50" relative="1" width="50" as="geometry">
            <mxPoint x="520" y="99.83" as="sourcePoint" />
            <mxPoint x="560" y="99.83" as="targetPoint" />
          </mxGeometry>
        </mxCell>
        <mxCell id="BZ9neWvH9tw47nREzwFn-13" edge="1" parent="1" style="endArrow=classic;html=1;rounded=0;" value="">
          <mxGeometry height="50" relative="1" width="50" as="geometry">
            <mxPoint x="520" y="119.83" as="sourcePoint" />
            <mxPoint x="560" y="119.83" as="targetPoint" />
          </mxGeometry>
        </mxCell>
        <mxCell id="BZ9neWvH9tw47nREzwFn-14" edge="1" parent="1" style="endArrow=classic;html=1;rounded=0;" value="">
          <mxGeometry height="50" relative="1" width="50" as="geometry">
            <mxPoint x="520" y="159.83" as="sourcePoint" />
            <mxPoint x="560" y="159.83" as="targetPoint" />
          </mxGeometry>
        </mxCell>
        <mxCell id="BZ9neWvH9tw47nREzwFn-15" edge="1" parent="1" style="endArrow=classic;html=1;rounded=0;" value="">
          <mxGeometry height="50" relative="1" width="50" as="geometry">
            <mxPoint x="520" y="140" as="sourcePoint" />
            <mxPoint x="560" y="140" as="targetPoint" />
          </mxGeometry>
        </mxCell>
        <mxCell id="BZ9neWvH9tw47nREzwFn-16" edge="1" parent="1" style="endArrow=classic;html=1;rounded=0;" value="">
          <mxGeometry height="50" relative="1" width="50" as="geometry">
            <mxPoint x="520" y="179.83" as="sourcePoint" />
            <mxPoint x="560" y="179.83" as="targetPoint" />
          </mxGeometry>
        </mxCell>
        <mxCell id="BZ9neWvH9tw47nREzwFn-17" edge="1" parent="1" style="endArrow=classic;html=1;rounded=0;" value="">
          <mxGeometry height="50" relative="1" width="50" as="geometry">
            <mxPoint x="520" y="200" as="sourcePoint" />
            <mxPoint x="560" y="200" as="targetPoint" />
          </mxGeometry>
        </mxCell>
        <mxCell id="BZ9neWvH9tw47nREzwFn-18" parent="1" style="text;html=1;whiteSpace=wrap;strokeColor=none;fillColor=none;align=center;verticalAlign=middle;rounded=0;fontStyle=1" value="HADDR[31:0]" vertex="1">
          <mxGeometry height="20" width="80" x="560" y="90" as="geometry" />
        </mxCell>
        <mxCell id="BZ9neWvH9tw47nREzwFn-19" parent="1" style="text;html=1;whiteSpace=wrap;strokeColor=none;fillColor=none;align=center;verticalAlign=middle;rounded=0;fontStyle=1" value="HWRITE" vertex="1">
          <mxGeometry height="20" width="60" x="560" y="110" as="geometry" />
        </mxCell>
        <mxCell id="BZ9neWvH9tw47nREzwFn-20" parent="1" style="text;html=1;whiteSpace=wrap;strokeColor=none;fillColor=none;align=center;verticalAlign=middle;rounded=0;fontStyle=1" value="HSIZE[2:0]" vertex="1">
          <mxGeometry height="20" width="70" x="560" y="130" as="geometry" />
        </mxCell>
        <mxCell id="BZ9neWvH9tw47nREzwFn-21" parent="1" style="text;html=1;whiteSpace=wrap;strokeColor=none;fillColor=none;align=center;verticalAlign=middle;rounded=0;fontStyle=1" value="HBURST[2:0]" vertex="1">
          <mxGeometry height="20" width="80" x="560" y="150" as="geometry" />
        </mxCell>
        <mxCell id="BZ9neWvH9tw47nREzwFn-22" parent="1" style="text;html=1;whiteSpace=wrap;strokeColor=none;fillColor=none;align=center;verticalAlign=middle;rounded=0;fontStyle=1" value="HPROT[3:0]" vertex="1">
          <mxGeometry height="20" width="80" x="560" y="170" as="geometry" />
        </mxCell>
        <mxCell id="BZ9neWvH9tw47nREzwFn-23" parent="1" style="text;html=1;whiteSpace=wrap;strokeColor=none;fillColor=none;align=center;verticalAlign=middle;rounded=0;fontStyle=1" value="HTRANS[1:0]" vertex="1">
          <mxGeometry height="20" width="80" x="560" y="190" as="geometry" />
        </mxCell>
        <mxCell id="BZ9neWvH9tw47nREzwFn-24" edge="1" parent="1" style="endArrow=classic;html=1;rounded=0;" value="">
          <mxGeometry height="50" relative="1" width="50" as="geometry">
            <mxPoint x="520" y="220" as="sourcePoint" />
            <mxPoint x="560" y="220" as="targetPoint" />
          </mxGeometry>
        </mxCell>
        <mxCell id="BZ9neWvH9tw47nREzwFn-25" parent="1" style="text;html=1;whiteSpace=wrap;strokeColor=none;fillColor=none;align=center;verticalAlign=middle;rounded=0;fontStyle=1" value="HMASTLOCK" vertex="1">
          <mxGeometry height="20" width="80" x="560" y="210" as="geometry" />
        </mxCell>
        <mxCell id="BZ9neWvH9tw47nREzwFn-26" edge="1" parent="1" style="endArrow=classic;html=1;rounded=0;" value="">
          <mxGeometry height="50" relative="1" width="50" as="geometry">
            <mxPoint x="520" y="259.8" as="sourcePoint" />
            <mxPoint x="560" y="259.8" as="targetPoint" />
          </mxGeometry>
        </mxCell>
        <mxCell id="BZ9neWvH9tw47nREzwFn-30" parent="1" style="text;html=1;whiteSpace=wrap;strokeColor=none;fillColor=none;align=center;verticalAlign=middle;rounded=0;fontStyle=1" value="HWDATA[31:0]" vertex="1">
          <mxGeometry height="20" width="95" x="555" y="250" as="geometry" />
        </mxCell>
        <mxCell id="BZ9neWvH9tw47nREzwFn-31" parent="1" style="rounded=0;whiteSpace=wrap;html=1;" value="&lt;font style=&quot;font-size: 16px;&quot;&gt;&lt;b&gt;Slave&lt;/b&gt;&lt;/font&gt;" vertex="1">
          <mxGeometry height="320" width="120" x="400" y="360" as="geometry" />
        </mxCell>
        <mxCell id="BZ9neWvH9tw47nREzwFn-32" edge="1" parent="1" style="endArrow=classic;html=1;rounded=0;" value="">
          <mxGeometry height="50" relative="1" width="50" as="geometry">
            <mxPoint x="360" y="489.83" as="sourcePoint" />
            <mxPoint x="400" y="489.83" as="targetPoint" />
          </mxGeometry>
        </mxCell>
        <mxCell id="BZ9neWvH9tw47nREzwFn-33" edge="1" parent="1" style="endArrow=classic;html=1;rounded=0;" value="">
          <mxGeometry height="50" relative="1" width="50" as="geometry">
            <mxPoint x="360" y="509.83" as="sourcePoint" />
            <mxPoint x="400" y="509.83" as="targetPoint" />
          </mxGeometry>
        </mxCell>
        <mxCell id="BZ9neWvH9tw47nREzwFn-34" edge="1" parent="1" style="endArrow=classic;html=1;rounded=0;" value="">
          <mxGeometry height="50" relative="1" width="50" as="geometry">
            <mxPoint x="360" y="549.83" as="sourcePoint" />
            <mxPoint x="400" y="549.83" as="targetPoint" />
          </mxGeometry>
        </mxCell>
        <mxCell id="BZ9neWvH9tw47nREzwFn-35" edge="1" parent="1" style="endArrow=classic;html=1;rounded=0;" value="">
          <mxGeometry height="50" relative="1" width="50" as="geometry">
            <mxPoint x="360" y="530" as="sourcePoint" />
            <mxPoint x="400" y="530" as="targetPoint" />
          </mxGeometry>
        </mxCell>
        <mxCell id="BZ9neWvH9tw47nREzwFn-36" edge="1" parent="1" style="endArrow=classic;html=1;rounded=0;" value="">
          <mxGeometry height="50" relative="1" width="50" as="geometry">
            <mxPoint x="360" y="569.83" as="sourcePoint" />
            <mxPoint x="400" y="569.83" as="targetPoint" />
          </mxGeometry>
        </mxCell>
        <mxCell id="BZ9neWvH9tw47nREzwFn-37" edge="1" parent="1" style="endArrow=classic;html=1;rounded=0;" value="">
          <mxGeometry height="50" relative="1" width="50" as="geometry">
            <mxPoint x="360" y="590" as="sourcePoint" />
            <mxPoint x="400" y="590" as="targetPoint" />
          </mxGeometry>
        </mxCell>
        <mxCell id="BZ9neWvH9tw47nREzwFn-38" parent="1" style="text;html=1;whiteSpace=wrap;strokeColor=none;fillColor=none;align=center;verticalAlign=middle;rounded=0;fontStyle=1" value="HADDR[31:0]" vertex="1">
          <mxGeometry height="20" width="80" x="275" y="480" as="geometry" />
        </mxCell>
        <mxCell id="BZ9neWvH9tw47nREzwFn-39" parent="1" style="text;html=1;whiteSpace=wrap;strokeColor=none;fillColor=none;align=center;verticalAlign=middle;rounded=0;fontStyle=1" value="HWRITE" vertex="1">
          <mxGeometry height="20" width="60" x="275" y="500" as="geometry" />
        </mxCell>
        <mxCell id="BZ9neWvH9tw47nREzwFn-40" parent="1" style="text;html=1;whiteSpace=wrap;strokeColor=none;fillColor=none;align=center;verticalAlign=middle;rounded=0;fontStyle=1" value="HSIZE[2:0]" vertex="1">
          <mxGeometry height="20" width="70" x="275" y="520" as="geometry" />
        </mxCell>
        <mxCell id="BZ9neWvH9tw47nREzwFn-41" parent="1" style="text;html=1;whiteSpace=wrap;strokeColor=none;fillColor=none;align=center;verticalAlign=middle;rounded=0;fontStyle=1" value="HBURST[2:0]" vertex="1">
          <mxGeometry height="20" width="80" x="275" y="540" as="geometry" />
        </mxCell>
        <mxCell id="BZ9neWvH9tw47nREzwFn-42" parent="1" style="text;html=1;whiteSpace=wrap;strokeColor=none;fillColor=none;align=center;verticalAlign=middle;rounded=0;fontStyle=1" value="HPROT[3:0]" vertex="1">
          <mxGeometry height="20" width="80" x="275" y="560" as="geometry" />
        </mxCell>
        <mxCell id="BZ9neWvH9tw47nREzwFn-43" parent="1" style="text;html=1;whiteSpace=wrap;strokeColor=none;fillColor=none;align=center;verticalAlign=middle;rounded=0;fontStyle=1" value="HTRANS[1:0]" vertex="1">
          <mxGeometry height="20" width="80" x="275" y="580" as="geometry" />
        </mxCell>
        <mxCell id="BZ9neWvH9tw47nREzwFn-44" edge="1" parent="1" style="endArrow=classic;html=1;rounded=0;" value="">
          <mxGeometry height="50" relative="1" width="50" as="geometry">
            <mxPoint x="360" y="610" as="sourcePoint" />
            <mxPoint x="400" y="610" as="targetPoint" />
          </mxGeometry>
        </mxCell>
        <mxCell id="BZ9neWvH9tw47nREzwFn-45" parent="1" style="text;html=1;whiteSpace=wrap;strokeColor=none;fillColor=none;align=center;verticalAlign=middle;rounded=0;fontStyle=1" value="HMASTLOCK" vertex="1">
          <mxGeometry height="20" width="80" x="275" y="600" as="geometry" />
        </mxCell>
        <mxCell id="BZ9neWvH9tw47nREzwFn-46" edge="1" parent="1" style="endArrow=classic;html=1;rounded=0;" value="">
          <mxGeometry height="50" relative="1" width="50" as="geometry">
            <mxPoint x="360" y="649.8" as="sourcePoint" />
            <mxPoint x="400" y="649.8" as="targetPoint" />
          </mxGeometry>
        </mxCell>
        <mxCell id="BZ9neWvH9tw47nREzwFn-47" parent="1" style="text;html=1;whiteSpace=wrap;strokeColor=none;fillColor=none;align=center;verticalAlign=middle;rounded=0;fontStyle=1" value="HWDATA[31:0]" vertex="1">
          <mxGeometry height="20" width="95" x="270" y="640" as="geometry" />
        </mxCell>
        <mxCell id="BZ9neWvH9tw47nREzwFn-49" edge="1" parent="1" style="endArrow=classic;html=1;rounded=0;" value="">
          <mxGeometry height="50" relative="1" width="50" as="geometry">
            <mxPoint x="360" y="380" as="sourcePoint" />
            <mxPoint x="400" y="380" as="targetPoint" />
          </mxGeometry>
        </mxCell>
        <mxCell id="BZ9neWvH9tw47nREzwFn-50" edge="1" parent="1" style="endArrow=classic;html=1;rounded=0;" value="">
          <mxGeometry height="50" relative="1" width="50" as="geometry">
            <mxPoint x="360" y="400" as="sourcePoint" />
            <mxPoint x="400" y="400" as="targetPoint" />
          </mxGeometry>
        </mxCell>
        <mxCell id="BZ9neWvH9tw47nREzwFn-51" edge="1" parent="1" style="endArrow=classic;html=1;rounded=0;" value="">
          <mxGeometry height="50" relative="1" width="50" as="geometry">
            <mxPoint x="360" y="440" as="sourcePoint" />
            <mxPoint x="400" y="440" as="targetPoint" />
          </mxGeometry>
        </mxCell>
        <mxCell id="BZ9neWvH9tw47nREzwFn-52" parent="1" style="text;html=1;whiteSpace=wrap;strokeColor=none;fillColor=none;align=center;verticalAlign=middle;rounded=0;fontStyle=1" value="HCLK" vertex="1">
          <mxGeometry height="20" width="40" x="320" y="370" as="geometry" />
        </mxCell>
        <mxCell id="BZ9neWvH9tw47nREzwFn-53" parent="1" style="text;html=1;whiteSpace=wrap;strokeColor=none;fillColor=none;align=center;verticalAlign=middle;rounded=0;fontStyle=1" value="HRESETn" vertex="1">
          <mxGeometry height="20" width="60" x="300" y="390" as="geometry" />
        </mxCell>
        <mxCell id="BZ9neWvH9tw47nREzwFn-54" parent="1" style="shape=curlyBracket;whiteSpace=wrap;html=1;rounded=1;labelPosition=left;verticalLabelPosition=middle;align=right;verticalAlign=middle;" value="" vertex="1">
          <mxGeometry height="35" width="20" x="230" y="90" as="geometry" />
        </mxCell>
        <mxCell id="BZ9neWvH9tw47nREzwFn-55" parent="1" style="text;html=1;whiteSpace=wrap;strokeColor=none;fillColor=none;align=center;verticalAlign=middle;rounded=0;fontStyle=1" value="HRESP" vertex="1">
          <mxGeometry height="20" width="60" x="300" y="170" as="geometry" />
        </mxCell>
        <mxCell id="BZ9neWvH9tw47nREzwFn-56" parent="1" style="shape=curlyBracket;whiteSpace=wrap;html=1;rounded=1;labelPosition=left;verticalLabelPosition=middle;align=right;verticalAlign=middle;" value="" vertex="1">
          <mxGeometry height="140" width="20" x="230" y="480" as="geometry" />
        </mxCell>
        <mxCell id="BZ9neWvH9tw47nREzwFn-57" parent="1" style="shape=curlyBracket;whiteSpace=wrap;html=1;rounded=1;labelPosition=left;verticalLabelPosition=middle;align=right;verticalAlign=middle;rotation=-180;" value="" vertex="1">
          <mxGeometry height="135" width="20" x="650" y="90" as="geometry" />
        </mxCell>
        <mxCell id="BZ9neWvH9tw47nREzwFn-58" parent="1" style="text;html=1;whiteSpace=wrap;strokeColor=none;fillColor=none;align=center;verticalAlign=middle;rounded=0;fontStyle=1" value="&lt;span style=&quot;font-weight: normal;&quot;&gt;Global signals&lt;/span&gt;" vertex="1">
          <mxGeometry height="20" width="90" x="140" y="97.5" as="geometry" />
        </mxCell>
        <mxCell id="BZ9neWvH9tw47nREzwFn-59" parent="1" style="text;html=1;whiteSpace=wrap;strokeColor=none;fillColor=none;align=center;verticalAlign=middle;rounded=0;fontStyle=1" value="&lt;span style=&quot;font-weight: normal;&quot;&gt;Transfer response&lt;/span&gt;" vertex="1">
          <mxGeometry height="20" width="60" x="170" y="157.5" as="geometry" />
        </mxCell>
        <mxCell id="BZ9neWvH9tw47nREzwFn-60" parent="1" style="text;html=1;whiteSpace=wrap;strokeColor=none;fillColor=none;align=center;verticalAlign=middle;rounded=0;fontStyle=1" value="&lt;span style=&quot;font-weight: normal;&quot;&gt;Data&lt;/span&gt;" vertex="1">
          <mxGeometry height="20" width="60" x="170" y="250" as="geometry" />
        </mxCell>
        <mxCell id="BZ9neWvH9tw47nREzwFn-61" parent="1" style="text;html=1;whiteSpace=wrap;strokeColor=none;fillColor=none;align=center;verticalAlign=middle;rounded=0;fontStyle=1" value="&lt;span style=&quot;font-weight: normal;&quot;&gt;Address and control signals&lt;/span&gt;" vertex="1">
          <mxGeometry height="37.5" width="90" x="670" y="140" as="geometry" />
        </mxCell>
        <mxCell id="BZ9neWvH9tw47nREzwFn-62" parent="1" style="shape=curlyBracket;whiteSpace=wrap;html=1;rounded=1;labelPosition=left;verticalLabelPosition=middle;align=right;verticalAlign=middle;" value="" vertex="1">
          <mxGeometry height="35" width="20" x="230" y="150" as="geometry" />
        </mxCell>
        <mxCell id="BZ9neWvH9tw47nREzwFn-63" parent="1" style="text;html=1;whiteSpace=wrap;strokeColor=none;fillColor=none;align=center;verticalAlign=middle;rounded=0;fontStyle=1" value="&lt;span style=&quot;font-weight: normal;&quot;&gt;Address and control signals&lt;/span&gt;" vertex="1">
          <mxGeometry height="37.5" width="90" x="140" y="531" as="geometry" />
        </mxCell>
        <mxCell id="BZ9neWvH9tw47nREzwFn-64" parent="1" style="shape=curlyBracket;whiteSpace=wrap;html=1;rounded=1;labelPosition=left;verticalLabelPosition=middle;align=right;verticalAlign=middle;" value="" vertex="1">
          <mxGeometry height="35" width="20" x="230" y="375" as="geometry" />
        </mxCell>
        <mxCell id="BZ9neWvH9tw47nREzwFn-65" parent="1" style="text;html=1;whiteSpace=wrap;strokeColor=none;fillColor=none;align=center;verticalAlign=middle;rounded=0;fontStyle=1" value="&lt;span style=&quot;font-weight: normal;&quot;&gt;Global signals&lt;/span&gt;" vertex="1">
          <mxGeometry height="20" width="90" x="140" y="382.5" as="geometry" />
        </mxCell>
        <mxCell id="BZ9neWvH9tw47nREzwFn-66" parent="1" style="text;html=1;whiteSpace=wrap;strokeColor=none;fillColor=none;align=center;verticalAlign=middle;rounded=0;fontStyle=1" value="&lt;span style=&quot;font-weight: normal;&quot;&gt;Data&lt;/span&gt;" vertex="1">
          <mxGeometry height="20" width="60" x="670" y="250" as="geometry" />
        </mxCell>
        <mxCell id="BZ9neWvH9tw47nREzwFn-67" edge="1" parent="1" style="endArrow=classic;html=1;rounded=0;" value="">
          <mxGeometry height="50" relative="1" width="50" as="geometry">
            <mxPoint x="520" y="490" as="sourcePoint" />
            <mxPoint x="560" y="490" as="targetPoint" />
          </mxGeometry>
        </mxCell>
        <mxCell id="BZ9neWvH9tw47nREzwFn-68" edge="1" parent="1" style="endArrow=classic;html=1;rounded=0;" value="">
          <mxGeometry height="50" relative="1" width="50" as="geometry">
            <mxPoint x="520" y="510" as="sourcePoint" />
            <mxPoint x="560" y="510" as="targetPoint" />
          </mxGeometry>
        </mxCell>
        <mxCell id="BZ9neWvH9tw47nREzwFn-69" parent="1" style="text;html=1;whiteSpace=wrap;strokeColor=none;fillColor=none;align=center;verticalAlign=middle;rounded=0;fontStyle=1" value="HREADY" vertex="1">
          <mxGeometry height="20" width="60" x="560" y="480" as="geometry" />
        </mxCell>
        <mxCell id="BZ9neWvH9tw47nREzwFn-70" parent="1" style="text;html=1;whiteSpace=wrap;strokeColor=none;fillColor=none;align=center;verticalAlign=middle;rounded=0;fontStyle=1" value="HRESP" vertex="1">
          <mxGeometry height="20" width="60" x="560" y="500" as="geometry" />
        </mxCell>
        <mxCell id="BZ9neWvH9tw47nREzwFn-71" edge="1" parent="1" style="endArrow=classic;html=1;rounded=0;" value="">
          <mxGeometry height="50" relative="1" width="50" as="geometry">
            <mxPoint x="520" y="649.6600000000001" as="sourcePoint" />
            <mxPoint x="560" y="649.6600000000001" as="targetPoint" />
          </mxGeometry>
        </mxCell>
        <mxCell id="BZ9neWvH9tw47nREzwFn-72" parent="1" style="text;html=1;whiteSpace=wrap;strokeColor=none;fillColor=none;align=center;verticalAlign=middle;rounded=0;fontStyle=1" value="HRDATA[31:0]" vertex="1">
          <mxGeometry height="20" width="90" x="560" y="640" as="geometry" />
        </mxCell>
        <mxCell id="BZ9neWvH9tw47nREzwFn-73" parent="1" style="text;html=1;whiteSpace=wrap;strokeColor=none;fillColor=none;align=center;verticalAlign=middle;rounded=0;fontStyle=1" value="&lt;span style=&quot;font-weight: normal;&quot;&gt;Data&lt;/span&gt;" vertex="1">
          <mxGeometry height="20" width="60" x="155" y="640" as="geometry" />
        </mxCell>
        <mxCell id="BZ9neWvH9tw47nREzwFn-74" parent="1" style="text;html=1;whiteSpace=wrap;strokeColor=none;fillColor=none;align=center;verticalAlign=middle;rounded=0;fontStyle=1" value="&lt;span style=&quot;font-weight: normal;&quot;&gt;Data&lt;/span&gt;" vertex="1">
          <mxGeometry height="20" width="50" x="675" y="640" as="geometry" />
        </mxCell>
        <mxCell id="BZ9neWvH9tw47nREzwFn-75" parent="1" style="text;html=1;whiteSpace=wrap;strokeColor=none;fillColor=none;align=center;verticalAlign=middle;rounded=0;fontStyle=1" value="&lt;span style=&quot;font-weight: normal;&quot;&gt;Transfer response&lt;/span&gt;" vertex="1">
          <mxGeometry height="20" width="60" x="670" y="487.5" as="geometry" />
        </mxCell>
        <mxCell id="BZ9neWvH9tw47nREzwFn-76" parent="1" style="shape=curlyBracket;whiteSpace=wrap;html=1;rounded=1;labelPosition=left;verticalLabelPosition=middle;align=right;verticalAlign=middle;rotation=-180;" value="" vertex="1">
          <mxGeometry height="35" width="20" x="640" y="480" as="geometry" />
        </mxCell>
        <mxCell id="BZ9neWvH9tw47nREzwFn-77" parent="1" style="text;html=1;whiteSpace=wrap;strokeColor=none;fillColor=none;align=center;verticalAlign=middle;rounded=0;fontStyle=1" value="&lt;span style=&quot;font-weight: normal;&quot;&gt;Select signal&lt;/span&gt;" vertex="1">
          <mxGeometry height="20" width="90" x="140" y="430" as="geometry" />
        </mxCell>
      </root>
    </mxGraphModel>
  </diagram>
  <diagram id="Hd4ECfvz_bm4RMetZK8C" name="Master Interface">
    <mxGraphModel dx="764" dy="1105" grid="1" gridSize="10" guides="1" tooltips="1" connect="1" arrows="1" fold="1" page="1" pageScale="1" pageWidth="850" pageHeight="1100" math="0" shadow="0">
      <root>
        <mxCell id="0" />
        <mxCell id="1" parent="0" />
      </root>
    </mxGraphModel>
  </diagram>
  <diagram id="AYzUWjTrgIps4r00h7mQ" name="Master FSM">
    <mxGraphModel dx="437" dy="631" grid="1" gridSize="10" guides="1" tooltips="1" connect="1" arrows="1" fold="1" page="1" pageScale="1" pageWidth="850" pageHeight="1100" math="0" shadow="0">
      <root>
        <mxCell id="0" />
        <mxCell id="1" parent="0" />
        <mxCell id="gUlQ52oibdo8bB1fHUDe-6" edge="1" parent="1" source="gUlQ52oibdo8bB1fHUDe-1" style="edgeStyle=orthogonalEdgeStyle;rounded=0;orthogonalLoop=1;jettySize=auto;html=1;exitX=1;exitY=0.5;exitDx=0;exitDy=0;entryX=0;entryY=0.5;entryDx=0;entryDy=0;" target="gUlQ52oibdo8bB1fHUDe-2">
          <mxGeometry relative="1" as="geometry" />
        </mxCell>
        <mxCell id="gUlQ52oibdo8bB1fHUDe-8" edge="1" parent="1" source="gUlQ52oibdo8bB1fHUDe-1" style="edgeStyle=orthogonalEdgeStyle;rounded=0;orthogonalLoop=1;jettySize=auto;html=1;entryX=0.5;entryY=0;entryDx=0;entryDy=0;" target="gUlQ52oibdo8bB1fHUDe-5">
          <mxGeometry relative="1" as="geometry" />
        </mxCell>
        <mxCell id="gUlQ52oibdo8bB1fHUDe-1" parent="1" style="ellipse;whiteSpace=wrap;html=1;" value="IDLE" vertex="1">
          <mxGeometry height="80" width="120" x="200" y="200" as="geometry" />
        </mxCell>
        <mxCell id="gUlQ52oibdo8bB1fHUDe-7" edge="1" parent="1" source="gUlQ52oibdo8bB1fHUDe-2" style="edgeStyle=orthogonalEdgeStyle;rounded=0;orthogonalLoop=1;jettySize=auto;html=1;entryX=0.5;entryY=0;entryDx=0;entryDy=0;" target="gUlQ52oibdo8bB1fHUDe-3">
          <mxGeometry relative="1" as="geometry" />
        </mxCell>
        <mxCell id="gUlQ52oibdo8bB1fHUDe-2" parent="1" style="ellipse;whiteSpace=wrap;html=1;" value="WR_ADDR_PHASE" vertex="1">
          <mxGeometry height="80" width="120" x="440" y="200" as="geometry" />
        </mxCell>
        <mxCell id="gUlQ52oibdo8bB1fHUDe-10" edge="1" parent="1" source="gUlQ52oibdo8bB1fHUDe-3" style="edgeStyle=orthogonalEdgeStyle;rounded=0;orthogonalLoop=1;jettySize=auto;html=1;entryX=0.5;entryY=0;entryDx=0;entryDy=0;" target="gUlQ52oibdo8bB1fHUDe-9">
          <mxGeometry relative="1" as="geometry" />
        </mxCell>
        <mxCell id="8WBKzOnGMAMBHIHuB8Qa-4" edge="1" parent="1" source="gUlQ52oibdo8bB1fHUDe-3" style="edgeStyle=orthogonalEdgeStyle;rounded=0;orthogonalLoop=1;jettySize=auto;html=1;entryX=1;entryY=0.5;entryDx=0;entryDy=0;" target="gUlQ52oibdo8bB1fHUDe-5">
          <mxGeometry relative="1" as="geometry" />
        </mxCell>
        <mxCell id="gUlQ52oibdo8bB1fHUDe-3" parent="1" style="ellipse;whiteSpace=wrap;html=1;" value="WR_DATA_PHASE" vertex="1">
          <mxGeometry height="80" width="120" x="440" y="360" as="geometry" />
        </mxCell>
        <mxCell id="gUlQ52oibdo8bB1fHUDe-11" edge="1" parent="1" source="gUlQ52oibdo8bB1fHUDe-4" style="edgeStyle=orthogonalEdgeStyle;rounded=0;orthogonalLoop=1;jettySize=auto;html=1;entryX=0;entryY=0.5;entryDx=0;entryDy=0;" target="gUlQ52oibdo8bB1fHUDe-9">
          <mxGeometry relative="1" as="geometry" />
        </mxCell>
        <mxCell id="8WBKzOnGMAMBHIHuB8Qa-6" edge="1" parent="1" source="gUlQ52oibdo8bB1fHUDe-4" style="edgeStyle=orthogonalEdgeStyle;rounded=0;orthogonalLoop=1;jettySize=auto;html=1;exitX=0;exitY=0.5;exitDx=0;exitDy=0;entryX=0;entryY=0.5;entryDx=0;entryDy=0;" target="gUlQ52oibdo8bB1fHUDe-1">
          <mxGeometry relative="1" as="geometry">
            <Array as="points">
              <mxPoint x="160.03" y="560.03" />
              <mxPoint x="160.03" y="240.03" />
            </Array>
          </mxGeometry>
        </mxCell>
        <mxCell id="gUlQ52oibdo8bB1fHUDe-4" parent="1" style="ellipse;whiteSpace=wrap;html=1;" value="RD_DATA_PHASE" vertex="1">
          <mxGeometry height="80" width="120" x="200" y="520" as="geometry" />
        </mxCell>
        <mxCell id="8WBKzOnGMAMBHIHuB8Qa-3" edge="1" parent="1" source="gUlQ52oibdo8bB1fHUDe-5" style="edgeStyle=orthogonalEdgeStyle;rounded=0;orthogonalLoop=1;jettySize=auto;html=1;" target="gUlQ52oibdo8bB1fHUDe-4" value="">
          <mxGeometry relative="1" as="geometry" />
        </mxCell>
        <mxCell id="gUlQ52oibdo8bB1fHUDe-5" parent="1" style="ellipse;whiteSpace=wrap;html=1;" value="RD_ADDR_PHASE" vertex="1">
          <mxGeometry height="80" width="120" x="200" y="360" as="geometry" />
        </mxCell>
        <mxCell id="gUlQ52oibdo8bB1fHUDe-9" parent="1" style="ellipse;whiteSpace=wrap;html=1;" value="WAIT_STATE" vertex="1">
          <mxGeometry height="80" width="120" x="440" y="520" as="geometry" />
        </mxCell>
        <mxCell id="8WBKzOnGMAMBHIHuB8Qa-1" edge="1" parent="1" source="gUlQ52oibdo8bB1fHUDe-5" style="endArrow=classic;html=1;rounded=0;entryX=0;entryY=0;entryDx=0;entryDy=0;exitX=1;exitY=1;exitDx=0;exitDy=0;" target="gUlQ52oibdo8bB1fHUDe-9" value="">
          <mxGeometry height="50" relative="1" width="50" as="geometry">
            <mxPoint x="350" y="490" as="sourcePoint" />
            <mxPoint x="400" y="440" as="targetPoint" />
          </mxGeometry>
        </mxCell>
        <mxCell id="8WBKzOnGMAMBHIHuB8Qa-5" edge="1" parent="1" source="gUlQ52oibdo8bB1fHUDe-3" style="endArrow=classic;html=1;rounded=0;exitX=0;exitY=0;exitDx=0;exitDy=0;entryX=1;entryY=1;entryDx=0;entryDy=0;" target="gUlQ52oibdo8bB1fHUDe-1" value="">
          <mxGeometry height="50" relative="1" width="50" as="geometry">
            <mxPoint x="370" y="340" as="sourcePoint" />
            <mxPoint x="420" y="290" as="targetPoint" />
          </mxGeometry>
        </mxCell>
      </root>
    </mxGraphModel>
  </diagram>
</mxfile>
